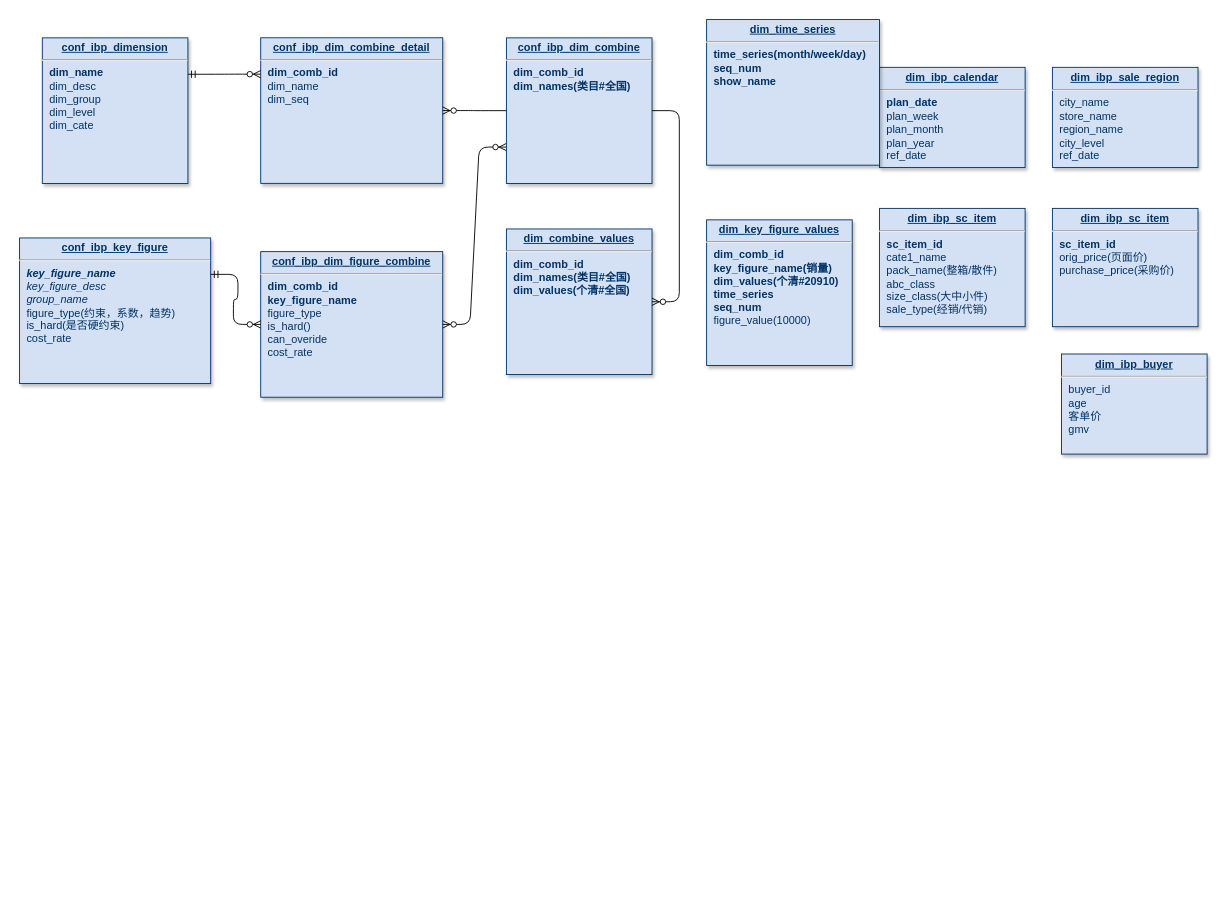
Before: page "数据准备" (1 of 2) of Untitled Diagram.drawio in daminli/charts, a draw.io diagram. Source tidied: cells renumbered, new cells numbered last; positions are measured from the earlier drawing's top-left corner, leaving out a move shared by most shapes. Both pictures are drawn from the tidied source at 91%, with x=0, y=0 at pixel (19, 19).
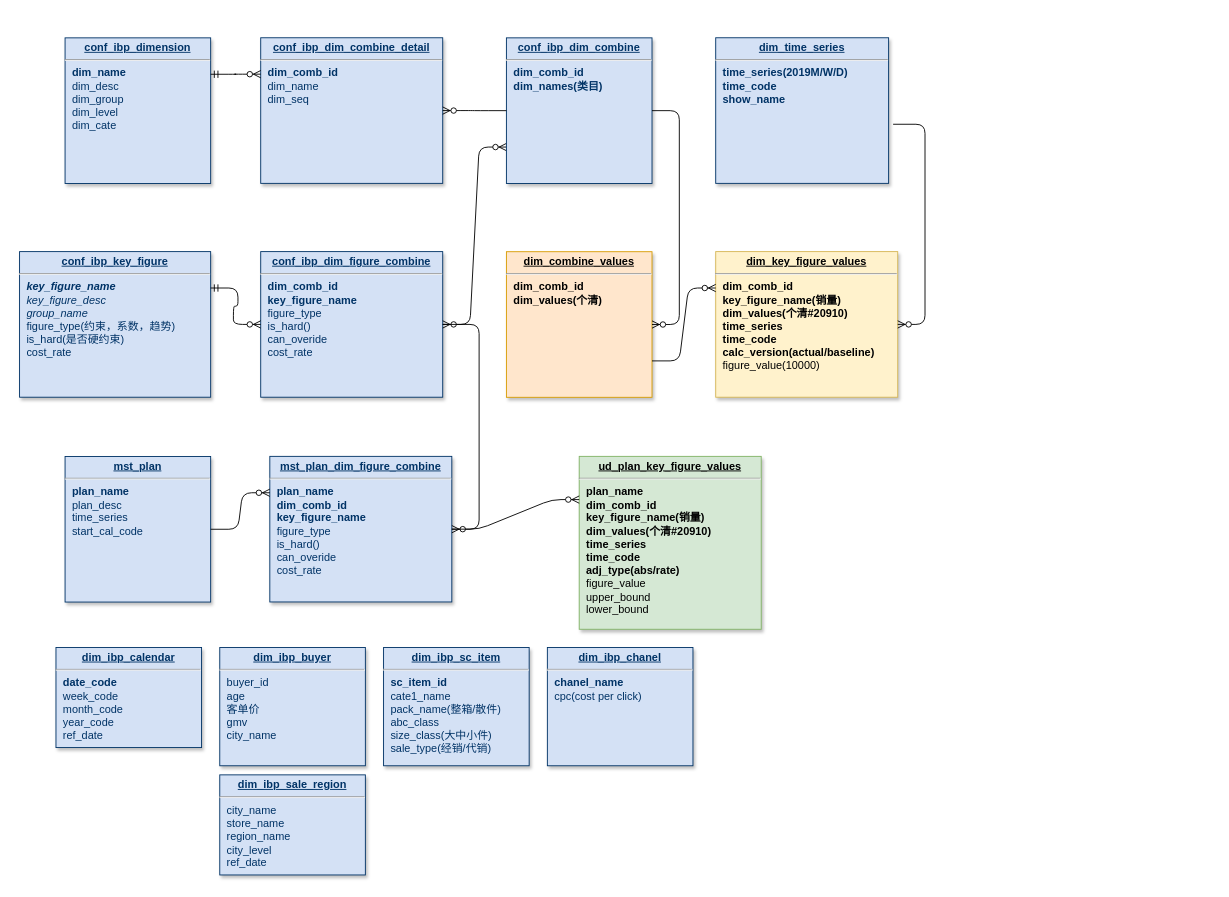
The same diagram, later.

Unchanged cells that the change refers to:
```xml
<mxCell id="10" value="&lt;p style=&quot;margin: 0px ; margin-top: 4px ; text-align: center ; text-decoration: underline&quot;&gt;&lt;b&gt;conf_ibp_dim_figure_combine&lt;/b&gt;&lt;/p&gt;&lt;hr&gt;&lt;p style=&quot;margin: 0px ; margin-left: 8px&quot;&gt;&lt;span&gt;&lt;b&gt;dim_comb_id&lt;/b&gt;&lt;/span&gt;&lt;br&gt;&lt;/p&gt;&lt;p style=&quot;margin: 0px ; margin-left: 8px&quot;&gt;&lt;b&gt;key_figure_name&lt;/b&gt;&lt;/p&gt;&lt;p style=&quot;margin: 0px ; margin-left: 8px&quot;&gt;figure_type&lt;/p&gt;&lt;p style=&quot;margin: 0px ; margin-left: 8px&quot;&gt;is_hard()&lt;/p&gt;&lt;p style=&quot;margin: 0px ; margin-left: 8px&quot;&gt;can_overide&lt;/p&gt;&lt;p style=&quot;margin: 0px ; margin-left: 8px&quot;&gt;cost_rate&lt;/p&gt;" style="verticalAlign=top;align=left;overflow=fill;fontSize=12;fontFamily=Helvetica;html=1;strokeColor=#003366;shadow=1;fillColor=#D4E1F5;fontColor=#003366;" parent="1" vertex="1">
  <mxGeometry x="265" y="255" width="200" height="160" as="geometry" />
</mxCell>
```

What changed in the source:
```diff
@@
-    <mxCell id="2" value="&lt;p style=&quot;margin: 0px ; margin-top: 4px ; text-align: center ; text-decoration: underline&quot;&gt;&lt;strong&gt;dim_ibp_calendar&lt;/strong&gt;&lt;/p&gt;&lt;hr&gt;&lt;p style=&quot;margin: 0px ; margin-left: 8px&quot;&gt;&lt;b&gt;plan_date&lt;/b&gt;&lt;/p&gt;&lt;p style=&quot;margin: 0px ; margin-left: 8px&quot;&gt;plan_week&lt;/p&gt;&lt;p style=&quot;margin: 0px ; margin-left: 8px&quot;&gt;plan_month&lt;/p&gt;&lt;p style=&quot;margin: 0px ; margin-left: 8px&quot;&gt;plan_year&lt;/p&gt;&lt;p style=&quot;margin: 0px ; margin-left: 8px&quot;&gt;ref_date&lt;/p&gt;" style="verticalAlign=top;align=left;overflow=fill;fontSize=12;fontFamily=Helvetica;html=1;strokeColor=#003366;shadow=1;fillColor=#D4E1F5;fontColor=#003366;" parent="1" vertex="1">
-      <mxGeometry x="945" y="52.5" width="160" height="110" as="geometry" />
+    <mxCell id="2" value="&lt;p style=&quot;margin: 0px ; margin-top: 4px ; text-align: center ; text-decoration: underline&quot;&gt;&lt;strong&gt;dim_ibp_calendar&lt;/strong&gt;&lt;/p&gt;&lt;hr&gt;&lt;p style=&quot;margin: 0px ; margin-left: 8px&quot;&gt;&lt;b&gt;date_code&lt;/b&gt;&lt;/p&gt;&lt;p style=&quot;margin: 0px ; margin-left: 8px&quot;&gt;week_code&lt;/p&gt;&lt;p style=&quot;margin: 0px ; margin-left: 8px&quot;&gt;month_code&lt;/p&gt;&lt;p style=&quot;margin: 0px ; margin-left: 8px&quot;&gt;year_code&lt;/p&gt;&lt;p style=&quot;margin: 0px ; margin-left: 8px&quot;&gt;ref_date&lt;/p&gt;" style="verticalAlign=top;align=left;overflow=fill;fontSize=12;fontFamily=Helvetica;html=1;strokeColor=#003366;shadow=1;fillColor=#D4E1F5;fontColor=#003366;" parent="1" vertex="1">
+      <mxGeometry x="40" y="690" width="160" height="110" as="geometry" />
     </mxCell>
     <mxCell id="3" value="&lt;p style=&quot;margin: 0px ; margin-top: 4px ; text-align: center ; text-decoration: underline&quot;&gt;&lt;b&gt;conf_ibp_dimension&lt;/b&gt;&lt;/p&gt;&lt;hr&gt;&lt;p style=&quot;margin: 0px ; margin-left: 8px&quot;&gt;&lt;span&gt;&lt;b&gt;dim_name&lt;/b&gt;&lt;/span&gt;&lt;br&gt;&lt;/p&gt;&lt;p style=&quot;margin: 0px ; margin-left: 8px&quot;&gt;dim_desc&lt;br&gt;&lt;/p&gt;&lt;p style=&quot;margin: 0px ; margin-left: 8px&quot;&gt;dim_group&lt;/p&gt;&lt;p style=&quot;margin: 0px ; margin-left: 8px&quot;&gt;dim_level&lt;/p&gt;&lt;p style=&quot;margin: 0px ; margin-left: 8px&quot;&gt;dim_cate&lt;/p&gt;" style="verticalAlign=top;align=left;overflow=fill;fontSize=12;fontFamily=Helvetica;html=1;strokeColor=#003366;shadow=1;fillColor=#D4E1F5;fontColor=#003366;" parent="1" vertex="1">
-      <mxGeometry x="25" y="20.1" width="160" height="160" as="geometry" />
+      <mxGeometry x="50" y="20.1" width="160" height="160" as="geometry" />
     </mxCell>
     <mxCell id="4" value="&lt;p style=&quot;margin: 0px ; margin-top: 4px ; text-align: center ; text-decoration: underline&quot;&gt;&lt;strong&gt;dim_ibp_sc_item&lt;/strong&gt;&lt;/p&gt;&lt;hr&gt;&lt;p style=&quot;margin: 0px ; margin-left: 8px&quot;&gt;&lt;b&gt;sc_item_id&lt;/b&gt;&lt;/p&gt;&lt;p style=&quot;margin: 0px ; margin-left: 8px&quot;&gt;cate1_name&lt;/p&gt;&lt;p style=&quot;margin: 0px ; margin-left: 8px&quot;&gt;&lt;span&gt;pack_name(整箱/散件)&lt;/span&gt;&lt;/p&gt;&lt;p style=&quot;margin: 0px ; margin-left: 8px&quot;&gt;&lt;span&gt;abc_class&lt;/span&gt;&lt;br&gt;&lt;/p&gt;&lt;p style=&quot;margin: 0px ; margin-left: 8px&quot;&gt;size_class(大中小件)&lt;/p&gt;&lt;p style=&quot;margin: 0px ; margin-left: 8px&quot;&gt;sale_type(经销/代销)&lt;/p&gt;" style="verticalAlign=top;align=left;overflow=fill;fontSize=12;fontFamily=Helvetica;html=1;strokeColor=#003366;shadow=1;fillColor=#D4E1F5;fontColor=#003366;" parent="1" vertex="1">
-      <mxGeometry x="945" y="207.5" width="160" height="130" as="geometry" />
+      <mxGeometry x="400" y="690" width="160" height="130" as="geometry" />
     </mxCell>
     <mxCell id="5" value="&lt;p style=&quot;margin: 0px ; margin-top: 4px ; text-align: center ; text-decoration: underline&quot;&gt;&lt;strong&gt;dim_ibp_sale_region&lt;/strong&gt;&lt;/p&gt;&lt;hr&gt;&lt;p style=&quot;margin: 0px ; margin-left: 8px&quot;&gt;city_name&lt;/p&gt;&lt;p style=&quot;margin: 0px ; margin-left: 8px&quot;&gt;store_name&lt;/p&gt;&lt;p style=&quot;margin: 0px ; margin-left: 8px&quot;&gt;region_name&lt;/p&gt;&lt;p style=&quot;margin: 0px ; margin-left: 8px&quot;&gt;city_level&lt;/p&gt;&lt;p style=&quot;margin: 0px ; margin-left: 8px&quot;&gt;ref_date&lt;/p&gt;" style="verticalAlign=top;align=left;overflow=fill;fontSize=12;fontFamily=Helvetica;html=1;strokeColor=#003366;shadow=1;fillColor=#D4E1F5;fontColor=#003366;" parent="1" vertex="1">
-      <mxGeometry x="1135" y="52.5" width="160" height="110" as="geometry" />
+      <mxGeometry x="220" y="830" width="160" height="110" as="geometry" />
     </mxCell>
     <mxCell id="6" value="&lt;p style=&quot;margin: 0px ; margin-top: 4px ; text-align: center ; text-decoration: underline&quot;&gt;&lt;b&gt;conf_ibp_key_figure&lt;/b&gt;&lt;/p&gt;&lt;hr&gt;&lt;p style=&quot;margin: 0px ; margin-left: 8px&quot;&gt;&lt;i&gt;&lt;b&gt;key_figure_name&lt;/b&gt;&lt;/i&gt;&lt;br&gt;&lt;/p&gt;&lt;p style=&quot;margin: 0px ; margin-left: 8px&quot;&gt;&lt;i&gt;key_figure_desc&lt;/i&gt;&lt;/p&gt;&lt;p style=&quot;margin: 0px ; margin-left: 8px&quot;&gt;&lt;i&gt;group_name&lt;/i&gt;&lt;/p&gt;&lt;p style=&quot;margin: 0px ; margin-left: 8px&quot;&gt;&lt;span&gt;figure_type(约束，系数，趋势)&lt;/span&gt;&lt;/p&gt;&lt;p style=&quot;margin: 0px ; margin-left: 8px&quot;&gt;is_hard(是否硬约束)&lt;/p&gt;&lt;p style=&quot;margin: 0px ; margin-left: 8px&quot;&gt;cost_rate&lt;/p&gt;" style="verticalAlign=top;align=left;overflow=fill;fontSize=12;fontFamily=Helvetica;html=1;strokeColor=#003366;shadow=1;fillColor=#D4E1F5;fontColor=#003366;" parent="1" vertex="1">
-      <mxGeometry y="240" width="210" height="160" as="geometry" />
+      <mxGeometry y="255" width="210" height="160" as="geometry" />
     </mxCell>
-    <mxCell id="7" value="&lt;p style=&quot;margin: 0px ; margin-top: 4px ; text-align: center ; text-decoration: underline&quot;&gt;&lt;strong&gt;dim_ibp_sc_item&lt;/strong&gt;&lt;/p&gt;&lt;hr&gt;&lt;p style=&quot;margin: 0px ; margin-left: 8px&quot;&gt;&lt;b&gt;sc_item_id&lt;/b&gt;&lt;/p&gt;&lt;p style=&quot;margin: 0px ; margin-left: 8px&quot;&gt;orig_price(页面价)&lt;/p&gt;&lt;p style=&quot;margin: 0px ; margin-left: 8px&quot;&gt;purchase_price(采购价)&lt;/p&gt;&lt;p style=&quot;margin: 0px ; margin-left: 8px&quot;&gt;&lt;br&gt;&lt;/p&gt;&lt;p style=&quot;margin: 0px ; margin-left: 8px&quot;&gt;&lt;br&gt;&lt;/p&gt;" style="verticalAlign=top;align=left;overflow=fill;fontSize=12;fontFamily=Helvetica;html=1;strokeColor=#003366;shadow=1;fillColor=#D4E1F5;fontColor=#003366;" parent="1" vertex="1">
-      <mxGeometry x="1135" y="207.5" width="160" height="130" as="geometry" />
-    </mxCell>
-    <mxCell id="8" value="&lt;p style=&quot;margin: 0px ; margin-top: 4px ; text-align: center ; text-decoration: underline&quot;&gt;&lt;strong&gt;dim_ibp_buyer&lt;/strong&gt;&lt;/p&gt;&lt;hr&gt;&lt;p style=&quot;margin: 0px ; margin-left: 8px&quot;&gt;buyer_id&lt;/p&gt;&lt;p style=&quot;margin: 0px ; margin-left: 8px&quot;&gt;age&lt;/p&gt;&lt;p style=&quot;margin: 0px ; margin-left: 8px&quot;&gt;客单价&lt;/p&gt;&lt;p style=&quot;margin: 0px ; margin-left: 8px&quot;&gt;gmv&lt;/p&gt;" style="verticalAlign=top;align=left;overflow=fill;fontSize=12;fontFamily=Helvetica;html=1;strokeColor=#003366;shadow=1;fillColor=#D4E1F5;fontColor=#003366;" parent="1" vertex="1">
-      <mxGeometry x="1145" y="367.5" width="160" height="110" as="geometry" />
+    <mxCell id="8" value="&lt;p style=&quot;margin: 0px ; margin-top: 4px ; text-align: center ; text-decoration: underline&quot;&gt;&lt;strong&gt;dim_ibp_buyer&lt;/strong&gt;&lt;/p&gt;&lt;hr&gt;&lt;p style=&quot;margin: 0px ; margin-left: 8px&quot;&gt;buyer_id&lt;/p&gt;&lt;p style=&quot;margin: 0px ; margin-left: 8px&quot;&gt;age&lt;/p&gt;&lt;p style=&quot;margin: 0px ; margin-left: 8px&quot;&gt;客单价&lt;/p&gt;&lt;p style=&quot;margin: 0px ; margin-left: 8px&quot;&gt;gmv&lt;/p&gt;&lt;p style=&quot;margin: 0px ; margin-left: 8px&quot;&gt;city_name&lt;/p&gt;&lt;p style=&quot;margin: 0px ; margin-left: 8px&quot;&gt;&lt;br&gt;&lt;/p&gt;&lt;p style=&quot;margin: 0px ; margin-left: 8px&quot;&gt;&lt;br&gt;&lt;/p&gt;" style="verticalAlign=top;align=left;overflow=fill;fontSize=12;fontFamily=Helvetica;html=1;strokeColor=#003366;shadow=1;fillColor=#D4E1F5;fontColor=#003366;" parent="1" vertex="1">
+      <mxGeometry x="220" y="690" width="160" height="130" as="geometry" />
     </mxCell>
@@
-    <mxCell id="14" value="&lt;p style=&quot;margin: 0px ; margin-top: 4px ; text-align: center ; text-decoration: underline&quot;&gt;&lt;b&gt;dim_combine_values&lt;/b&gt;&lt;/p&gt;&lt;hr&gt;&lt;p style=&quot;margin: 0px ; margin-left: 8px&quot;&gt;&lt;span&gt;&lt;b&gt;dim_comb_id&lt;/b&gt;&lt;/span&gt;&lt;/p&gt;&lt;p style=&quot;margin: 0px ; margin-left: 8px&quot;&gt;&lt;span&gt;&lt;b&gt;dim_names(类目#全国)&lt;/b&gt;&lt;/span&gt;&lt;/p&gt;&lt;p style=&quot;margin: 0px ; margin-left: 8px&quot;&gt;&lt;b&gt;dim_values(个清#全国)&lt;/b&gt;&lt;/p&gt;" style="verticalAlign=top;align=left;overflow=fill;fontSize=12;fontFamily=Helvetica;html=1;strokeColor=#003366;shadow=1;fillColor=#D4E1F5;fontColor=#003366;" parent="1" vertex="1">
-      <mxGeometry x="535" y="230.1" width="160" height="160" as="geometry" />
+    <mxCell id="14" value="&lt;p style=&quot;margin: 0px ; margin-top: 4px ; text-align: center ; text-decoration: underline&quot;&gt;&lt;b&gt;dim_combine_values&lt;/b&gt;&lt;/p&gt;&lt;hr&gt;&lt;p style=&quot;margin: 0px ; margin-left: 8px&quot;&gt;&lt;span&gt;&lt;b&gt;dim_comb_id&lt;/b&gt;&lt;/span&gt;&lt;/p&gt;&lt;p style=&quot;margin: 0px ; margin-left: 8px&quot;&gt;&lt;b&gt;dim_values(个清)&lt;/b&gt;&lt;/p&gt;" style="verticalAlign=top;align=left;overflow=fill;fontSize=12;fontFamily=Helvetica;html=1;strokeColor=#d79b00;shadow=1;fillColor=#ffe6cc;" parent="1" vertex="1">
+      <mxGeometry x="535" y="255.1" width="160" height="160" as="geometry" />
     </mxCell>
-    <mxCell id="15" value="&lt;p style=&quot;margin: 0px ; margin-top: 4px ; text-align: center ; text-decoration: underline&quot;&gt;&lt;b&gt;dim_key_figure_values&lt;/b&gt;&lt;/p&gt;&lt;hr&gt;&lt;p style=&quot;margin: 0px ; margin-left: 8px&quot;&gt;&lt;span&gt;&lt;b&gt;dim_comb_id&lt;/b&gt;&lt;/span&gt;&lt;/p&gt;&lt;p style=&quot;margin: 0px ; margin-left: 8px&quot;&gt;&lt;span&gt;&lt;b&gt;key_figure_name(销量)&lt;/b&gt;&lt;/span&gt;&lt;/p&gt;&lt;p style=&quot;margin: 0px ; margin-left: 8px&quot;&gt;&lt;b&gt;dim_values(个清#20910)&lt;/b&gt;&lt;/p&gt;&lt;p style=&quot;margin: 0px ; margin-left: 8px&quot;&gt;&lt;b&gt;time_series&lt;/b&gt;&lt;/p&gt;&lt;p style=&quot;margin: 0px ; margin-left: 8px&quot;&gt;&lt;b&gt;seq_num&lt;/b&gt;&lt;/p&gt;&lt;p style=&quot;margin: 0px ; margin-left: 8px&quot;&gt;figure_value(10000)&lt;/p&gt;" style="verticalAlign=top;align=left;overflow=fill;fontSize=12;fontFamily=Helvetica;html=1;strokeColor=#003366;shadow=1;fillColor=#D4E1F5;fontColor=#003366;" parent="1" vertex="1">
-      <mxGeometry x="755" y="220.1" width="160" height="160" as="geometry" />
+    <mxCell id="15" value="&lt;p style=&quot;margin: 0px ; margin-top: 4px ; text-align: center ; text-decoration: underline&quot;&gt;&lt;b&gt;dim_key_figure_values&lt;/b&gt;&lt;/p&gt;&lt;hr&gt;&lt;p style=&quot;margin: 0px ; margin-left: 8px&quot;&gt;&lt;span&gt;&lt;b&gt;dim_comb_id&lt;/b&gt;&lt;/span&gt;&lt;/p&gt;&lt;p style=&quot;margin: 0px ; margin-left: 8px&quot;&gt;&lt;span&gt;&lt;b&gt;key_figure_name(销量)&lt;/b&gt;&lt;/span&gt;&lt;/p&gt;&lt;p style=&quot;margin: 0px ; margin-left: 8px&quot;&gt;&lt;b&gt;dim_values(个清#20910)&lt;/b&gt;&lt;/p&gt;&lt;p style=&quot;margin: 0px ; margin-left: 8px&quot;&gt;&lt;b&gt;time_series&lt;/b&gt;&lt;/p&gt;&lt;p style=&quot;margin: 0px ; margin-left: 8px&quot;&gt;&lt;b&gt;time_code&lt;/b&gt;&lt;br&gt;&lt;/p&gt;&lt;p style=&quot;margin: 0px ; margin-left: 8px&quot;&gt;&lt;b&gt;calc_version(actual/baseline)&lt;/b&gt;&lt;/p&gt;&lt;p style=&quot;margin: 0px ; margin-left: 8px&quot;&gt;figure_value(10000)&lt;/p&gt;" style="verticalAlign=top;align=left;overflow=fill;fontSize=12;fontFamily=Helvetica;html=1;strokeColor=#d6b656;shadow=1;fillColor=#fff2cc;" parent="1" vertex="1">
+      <mxGeometry x="765" y="255" width="200" height="160" as="geometry" />
     </mxCell>
-    <mxCell id="16" value="&lt;p style=&quot;margin: 0px ; margin-top: 4px ; text-align: center ; text-decoration: underline&quot;&gt;&lt;b&gt;conf_ibp_dim_combine&lt;/b&gt;&lt;/p&gt;&lt;hr&gt;&lt;p style=&quot;margin: 0px 0px 0px 8px&quot;&gt;&lt;b&gt;dim_comb_id&lt;/b&gt;&lt;/p&gt;&lt;p style=&quot;margin: 0px 0px 0px 8px&quot;&gt;&lt;b&gt;dim_names(类目#全国)&lt;/b&gt;&lt;/p&gt;" style="verticalAlign=top;align=left;overflow=fill;fontSize=12;fontFamily=Helvetica;html=1;strokeColor=#003366;shadow=1;fillColor=#D4E1F5;fontColor=#003366;" parent="1" vertex="1">
+    <mxCell id="16" value="&lt;p style=&quot;margin: 0px ; margin-top: 4px ; text-align: center ; text-decoration: underline&quot;&gt;&lt;b&gt;conf_ibp_dim_combine&lt;/b&gt;&lt;/p&gt;&lt;hr&gt;&lt;p style=&quot;margin: 0px 0px 0px 8px&quot;&gt;&lt;b&gt;dim_comb_id&lt;/b&gt;&lt;/p&gt;&lt;p style=&quot;margin: 0px 0px 0px 8px&quot;&gt;&lt;b&gt;dim_names(类目)&lt;/b&gt;&lt;/p&gt;" style="verticalAlign=top;align=left;overflow=fill;fontSize=12;fontFamily=Helvetica;html=1;strokeColor=#003366;shadow=1;fillColor=#D4E1F5;fontColor=#003366;" parent="1" vertex="1">
       <mxGeometry x="535" y="20.1" width="160" height="160" as="geometry" />
     </mxCell>
@@
-    <mxCell id="19" value="&lt;p style=&quot;margin: 0px ; margin-top: 4px ; text-align: center ; text-decoration: underline&quot;&gt;&lt;b&gt;dim_time_series&lt;/b&gt;&lt;/p&gt;&lt;hr&gt;&lt;p style=&quot;margin: 0px ; margin-left: 8px&quot;&gt;&lt;b&gt;time_series(month/week/day)&lt;/b&gt;&lt;/p&gt;&lt;p style=&quot;margin: 0px ; margin-left: 8px&quot;&gt;&lt;b&gt;seq_num&lt;/b&gt;&lt;/p&gt;&lt;p style=&quot;margin: 0px ; margin-left: 8px&quot;&gt;&lt;b&gt;show_name&lt;/b&gt;&lt;/p&gt;&lt;p style=&quot;margin: 0px ; margin-left: 8px&quot;&gt;&lt;b&gt;&lt;br&gt;&lt;/b&gt;&lt;/p&gt;" style="verticalAlign=top;align=left;overflow=fill;fontSize=12;fontFamily=Helvetica;html=1;strokeColor=#003366;shadow=1;fillColor=#D4E1F5;fontColor=#003366;" parent="1" vertex="1">
-      <mxGeometry x="755" width="190" height="160" as="geometry" />
+    <mxCell id="19" value="&lt;p style=&quot;margin: 0px ; margin-top: 4px ; text-align: center ; text-decoration: underline&quot;&gt;&lt;b&gt;dim_time_series&lt;/b&gt;&lt;/p&gt;&lt;hr&gt;&lt;p style=&quot;margin: 0px ; margin-left: 8px&quot;&gt;&lt;b&gt;time_series(2019M/W/D)&lt;/b&gt;&lt;/p&gt;&lt;p style=&quot;margin: 0px ; margin-left: 8px&quot;&gt;&lt;b&gt;time_code&lt;/b&gt;&lt;/p&gt;&lt;p style=&quot;margin: 0px ; margin-left: 8px&quot;&gt;&lt;b&gt;show_name&lt;/b&gt;&lt;/p&gt;&lt;p style=&quot;margin: 0px ; margin-left: 8px&quot;&gt;&lt;b&gt;&lt;br&gt;&lt;/b&gt;&lt;/p&gt;" style="verticalAlign=top;align=left;overflow=fill;fontSize=12;fontFamily=Helvetica;html=1;strokeColor=#003366;shadow=1;fillColor=#D4E1F5;fontColor=#003366;" parent="1" vertex="1">
+      <mxGeometry x="765" y="20" width="190" height="160" as="geometry" />
     </mxCell>
+    <mxCell id="20" style="edgeStyle=entityRelationEdgeStyle;fontSize=12;html=1;endArrow=ERzeroToMany;endFill=1;exitX=1;exitY=0.75;exitDx=0;exitDy=0;entryX=0;entryY=0.25;entryDx=0;entryDy=0;" parent="1" edge="1" source="14" target="15">
+      <mxGeometry relative="1" as="geometry" />
+    </mxCell>
+    <mxCell id="21" style="edgeStyle=entityRelationEdgeStyle;fontSize=12;html=1;endArrow=ERzeroToMany;endFill=1;exitX=1.026;exitY=0.594;exitDx=0;exitDy=0;exitPerimeter=0;" parent="1" edge="1" source="19" target="15">
+      <mxGeometry relative="1" as="geometry" />
+    </mxCell>
+    <mxCell id="22" value="&lt;p style=&quot;margin: 0px ; margin-top: 4px ; text-align: center ; text-decoration: underline&quot;&gt;&lt;strong&gt;dim_ibp_chanel&lt;/strong&gt;&lt;/p&gt;&lt;hr&gt;&lt;p style=&quot;margin: 0px ; margin-left: 8px&quot;&gt;&lt;b&gt;chanel_name&lt;/b&gt;&lt;/p&gt;&lt;p style=&quot;margin: 0px ; margin-left: 8px&quot;&gt;cpc(cost per click)&lt;/p&gt;" style="verticalAlign=top;align=left;overflow=fill;fontSize=12;fontFamily=Helvetica;html=1;strokeColor=#003366;shadow=1;fillColor=#D4E1F5;fontColor=#003366;" parent="1" vertex="1">
+      <mxGeometry x="580" y="690" width="160" height="130" as="geometry" />
+    </mxCell>
+    <mxCell id="23" value="&lt;p style=&quot;margin: 0px ; margin-top: 4px ; text-align: center ; text-decoration: underline&quot;&gt;&lt;b&gt;mst_plan&lt;/b&gt;&lt;/p&gt;&lt;hr&gt;&lt;p style=&quot;margin: 0px ; margin-left: 8px&quot;&gt;&lt;span&gt;&lt;b&gt;plan_name&lt;/b&gt;&lt;/span&gt;&lt;br&gt;&lt;/p&gt;&lt;p style=&quot;margin: 0px ; margin-left: 8px&quot;&gt;plan_desc&lt;br&gt;&lt;/p&gt;&lt;p style=&quot;margin: 0px ; margin-left: 8px&quot;&gt;time_series&lt;/p&gt;&lt;p style=&quot;margin: 0px ; margin-left: 8px&quot;&gt;start_cal_code&lt;/p&gt;&lt;p style=&quot;margin: 0px ; margin-left: 8px&quot;&gt;&lt;br&gt;&lt;/p&gt;" style="verticalAlign=top;align=left;overflow=fill;fontSize=12;fontFamily=Helvetica;html=1;strokeColor=#003366;shadow=1;fillColor=#D4E1F5;fontColor=#003366;" parent="1" vertex="1">
+      <mxGeometry x="50" y="480.1" width="160" height="160" as="geometry" />
+    </mxCell>
+    <mxCell id="24" value="&lt;p style=&quot;margin: 0px ; margin-top: 4px ; text-align: center ; text-decoration: underline&quot;&gt;&lt;b&gt;mst_plan_dim_figure_combine&lt;/b&gt;&lt;/p&gt;&lt;hr&gt;&lt;p style=&quot;margin: 0px ; margin-left: 8px&quot;&gt;&lt;span&gt;&lt;b&gt;plan_name&lt;/b&gt;&lt;/span&gt;&lt;br&gt;&lt;/p&gt;&lt;p style=&quot;margin: 0px 0px 0px 8px&quot;&gt;&lt;b&gt;dim_comb_id&lt;/b&gt;&lt;br&gt;&lt;/p&gt;&lt;p style=&quot;margin: 0px 0px 0px 8px&quot;&gt;&lt;b&gt;key_figure_name&lt;/b&gt;&lt;/p&gt;&lt;p style=&quot;margin: 0px 0px 0px 8px&quot;&gt;figure_type&lt;/p&gt;&lt;p style=&quot;margin: 0px 0px 0px 8px&quot;&gt;is_hard()&lt;/p&gt;&lt;p style=&quot;margin: 0px 0px 0px 8px&quot;&gt;can_overide&lt;/p&gt;&lt;p style=&quot;margin: 0px 0px 0px 8px&quot;&gt;cost_rate&lt;/p&gt;&lt;p style=&quot;margin: 0px ; margin-left: 8px&quot;&gt;&lt;br&gt;&lt;/p&gt;" style="verticalAlign=top;align=left;overflow=fill;fontSize=12;fontFamily=Helvetica;html=1;strokeColor=#003366;shadow=1;fillColor=#D4E1F5;fontColor=#003366;" parent="1" vertex="1">
+      <mxGeometry x="275" y="480" width="200" height="160" as="geometry" />
+    </mxCell>
+    <mxCell id="25" style="edgeStyle=entityRelationEdgeStyle;fontSize=12;html=1;endArrow=ERzeroToMany;endFill=1;exitX=1;exitY=0.5;exitDx=0;exitDy=0;entryX=0;entryY=0.25;entryDx=0;entryDy=0;" parent="1" edge="1" source="23" target="24">
+      <mxGeometry relative="1" as="geometry" />
+    </mxCell>
+    <mxCell id="26" style="edgeStyle=entityRelationEdgeStyle;fontSize=12;html=1;endArrow=ERzeroToMany;endFill=1;" parent="1" edge="1" source="10" target="24">
+      <mxGeometry relative="1" as="geometry" />
+    </mxCell>
+    <mxCell id="27" value="&lt;p style=&quot;margin: 0px ; margin-top: 4px ; text-align: center ; text-decoration: underline&quot;&gt;&lt;b&gt;ud_plan_key_figure_values&lt;/b&gt;&lt;/p&gt;&lt;hr&gt;&lt;p style=&quot;margin: 0px ; margin-left: 8px&quot;&gt;&lt;span&gt;&lt;b&gt;plan_name&lt;/b&gt;&lt;/span&gt;&lt;br&gt;&lt;/p&gt;&lt;p style=&quot;margin: 0px 0px 0px 8px&quot;&gt;&lt;b&gt;dim_comb_id&lt;/b&gt;&lt;br&gt;&lt;/p&gt;&lt;p style=&quot;margin: 0px 0px 0px 8px&quot;&gt;&lt;b&gt;key_figure_name(销量)&lt;/b&gt;&lt;/p&gt;&lt;p style=&quot;margin: 0px 0px 0px 8px&quot;&gt;&lt;b&gt;dim_values(个清#20910)&lt;/b&gt;&lt;/p&gt;&lt;p style=&quot;margin: 0px 0px 0px 8px&quot;&gt;&lt;b&gt;time_series&lt;/b&gt;&lt;/p&gt;&lt;p style=&quot;margin: 0px 0px 0px 8px&quot;&gt;&lt;b&gt;time_code&lt;/b&gt;&lt;/p&gt;&lt;p style=&quot;margin: 0px 0px 0px 8px&quot;&gt;&lt;b&gt;adj_type(abs/rate)&lt;/b&gt;&lt;/p&gt;&lt;p style=&quot;margin: 0px 0px 0px 8px&quot;&gt;figure_value&lt;b&gt;&lt;br&gt;&lt;/b&gt;&lt;/p&gt;&lt;p style=&quot;margin: 0px 0px 0px 8px&quot;&gt;upper_bound&lt;/p&gt;&lt;p style=&quot;margin: 0px 0px 0px 8px&quot;&gt;lower_bound&lt;/p&gt;&lt;p style=&quot;margin: 0px ; margin-left: 8px&quot;&gt;&lt;br&gt;&lt;/p&gt;" style="verticalAlign=top;align=left;overflow=fill;fontSize=12;fontFamily=Helvetica;html=1;strokeColor=#82b366;shadow=1;fillColor=#d5e8d4;" parent="1" vertex="1">
+      <mxGeometry x="615" y="480" width="200" height="190" as="geometry" />
+    </mxCell>
+    <mxCell id="28" style="edgeStyle=entityRelationEdgeStyle;fontSize=12;html=1;endArrow=ERzeroToMany;endFill=1;exitX=1;exitY=0.5;exitDx=0;exitDy=0;entryX=0;entryY=0.25;entryDx=0;entryDy=0;" parent="1" edge="1" source="24" target="27">
+      <mxGeometry relative="1" as="geometry" />
+    </mxCell>
```
